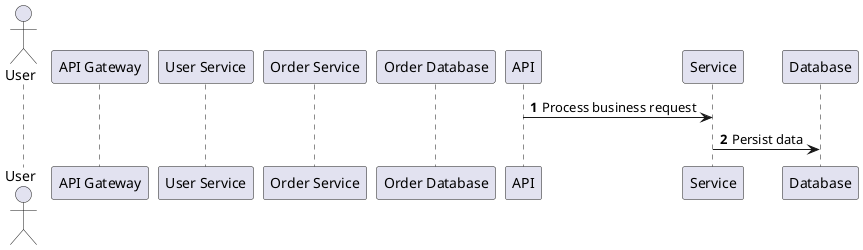
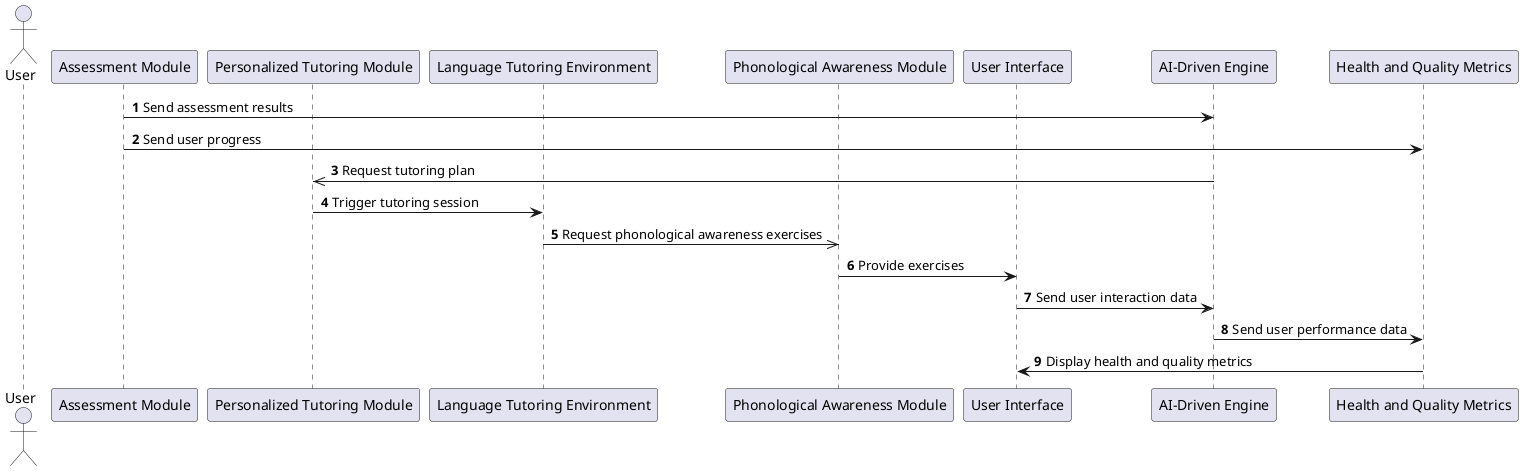
@startuml
autonumber
actor User
- participant "API Gateway" as APIGateway
- participant "User Service" as UserService
- participant "Order Service" as OrderService
- participant "Order Database" as OrderDatabase
- API -> Service : Process business request
- Service -> Database : Persist data
+ participant "Assessment Module" as AssessmentModule
+ participant "Personalized Tutoring Module" as PersonalizedTutoringModule
+ participant "Language Tutoring Environment" as LanguageTutoringEnvironment
+ participant "Phonological Awareness Module" as PhonologicalAwarenessModule
+ participant "User Interface" as UserInterface
+ participant "AI-Driven Engine" as AIDrivenEngine
+ participant "Health and Quality Metrics" as HealthandQualityMetrics
+ AssessmentModule -> AIDrivenEngine : Send assessment results
+ AssessmentModule -> HealthandQualityMetrics : Send user progress
+ AIDrivenEngine ->> PersonalizedTutoringModule : Request tutoring plan
+ PersonalizedTutoringModule -> LanguageTutoringEnvironment : Trigger tutoring session
+ LanguageTutoringEnvironment ->> PhonologicalAwarenessModule : Request phonological awareness exercises
+ PhonologicalAwarenessModule -> UserInterface : Provide exercises
+ UserInterface -> AIDrivenEngine : Send user interaction data
+ AIDrivenEngine -> HealthandQualityMetrics : Send user performance data
+ HealthandQualityMetrics -> UserInterface : Display health and quality metrics
@enduml